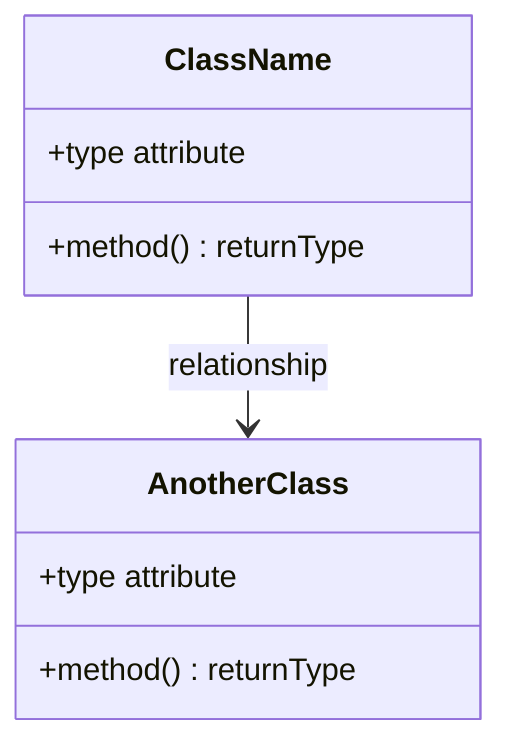
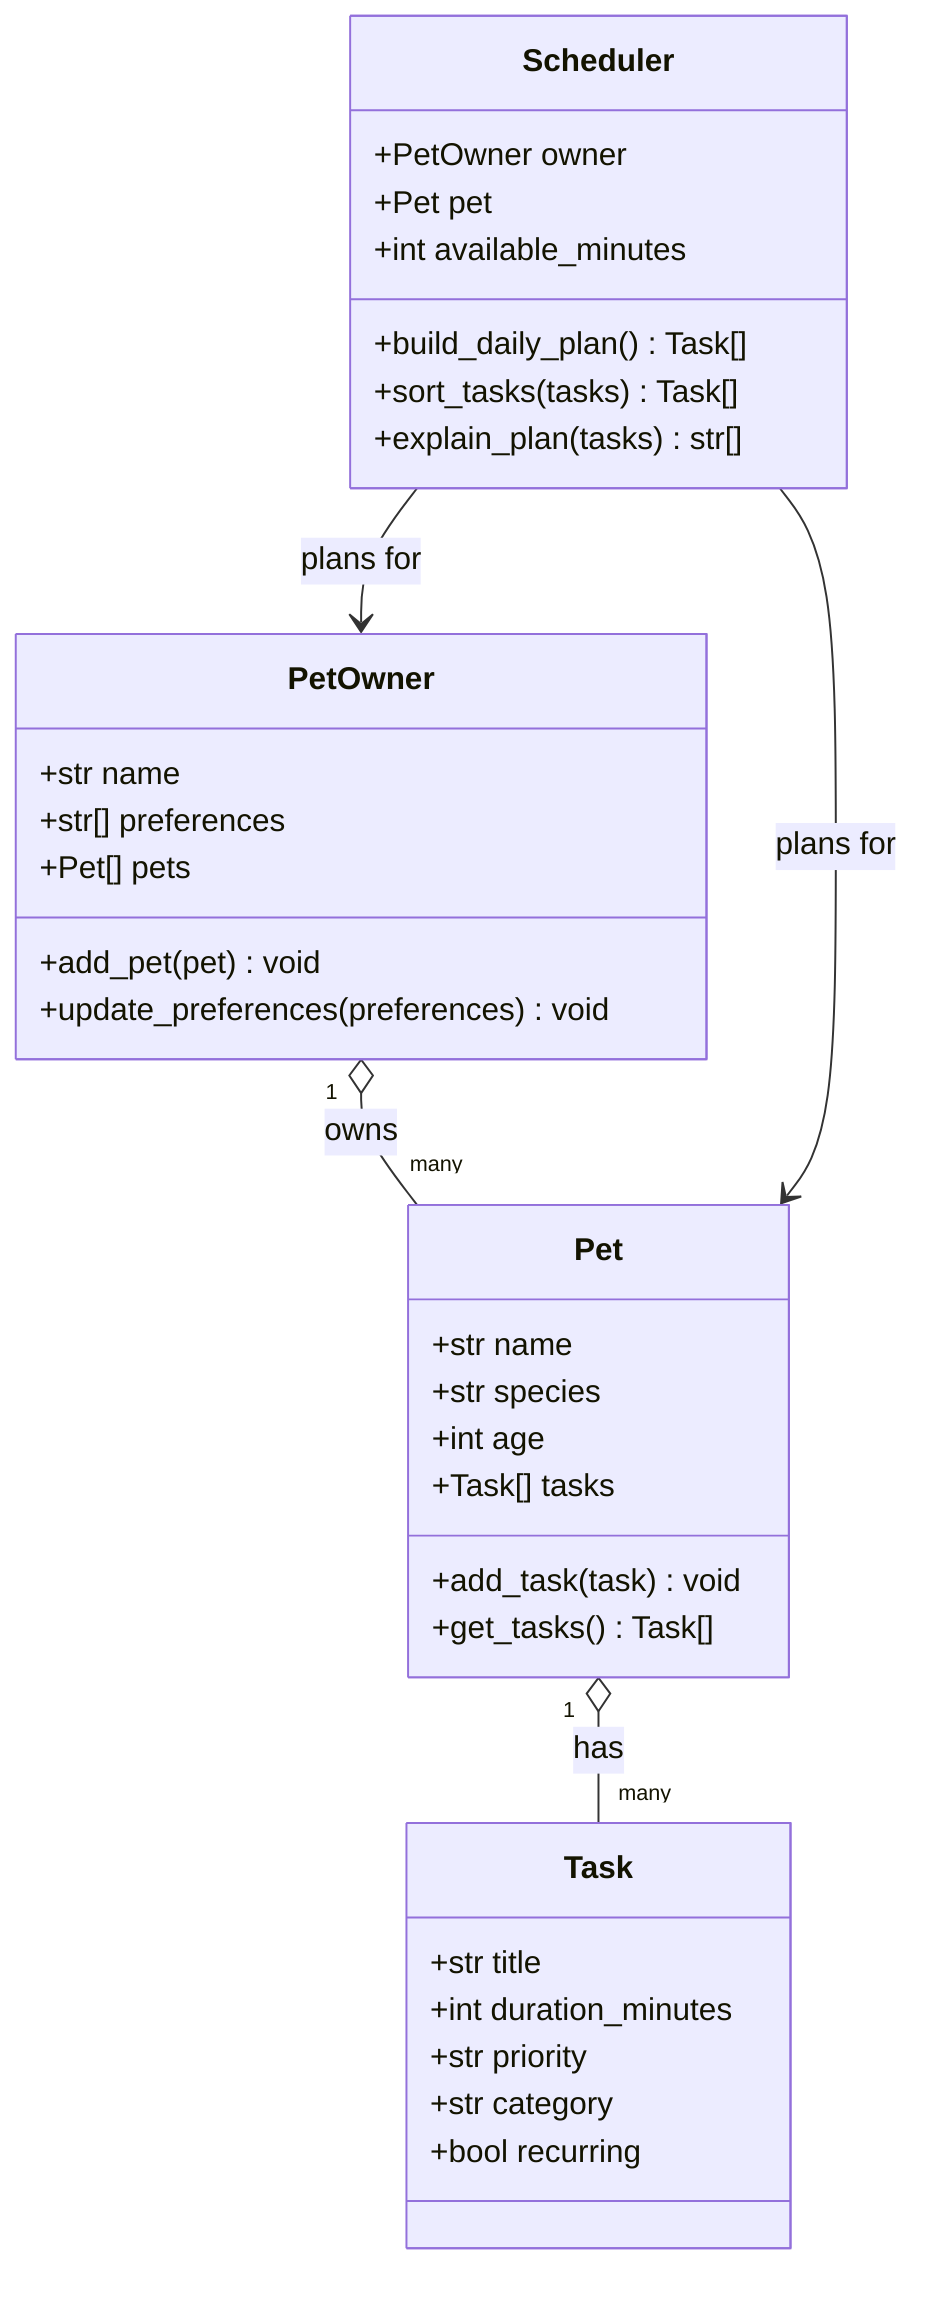
classDiagram
-     %% Replace the placeholders below with your actual classes, attributes, methods, and relationships.
-     %% Keep this file updated so it matches your final implementation.
- 
-     class ClassName {
-         +type attribute
-         +method() returnType
+     class PetOwner {
+         +str name
+         +str[] preferences
+         +Pet[] pets
+         +add_pet(pet) void
+         +update_preferences(preferences) void
    }

-     class AnotherClass {
-         +type attribute
-         +method() returnType
+     class Pet {
+         +str name
+         +str species
+         +int age
+         +Task[] tasks
+         +add_task(task) void
+         +get_tasks() Task[]
    }

-     ClassName --> AnotherClass : relationship
+     class Task {
+         +str title
+         +int duration_minutes
+         +str priority
+         +str category
+         +bool recurring
+     }
+ 
+     class Scheduler {
+         +PetOwner owner
+         +Pet pet
+         +int available_minutes
+         +build_daily_plan() Task[]
+         +sort_tasks(tasks) Task[]
+         +explain_plan(tasks) str[]
+     }
+ 
+     PetOwner "1" o-- "many" Pet : owns
+     Pet "1" o-- "many" Task : has
+     Scheduler --> Pet : plans for
+     Scheduler --> PetOwner : plans for
